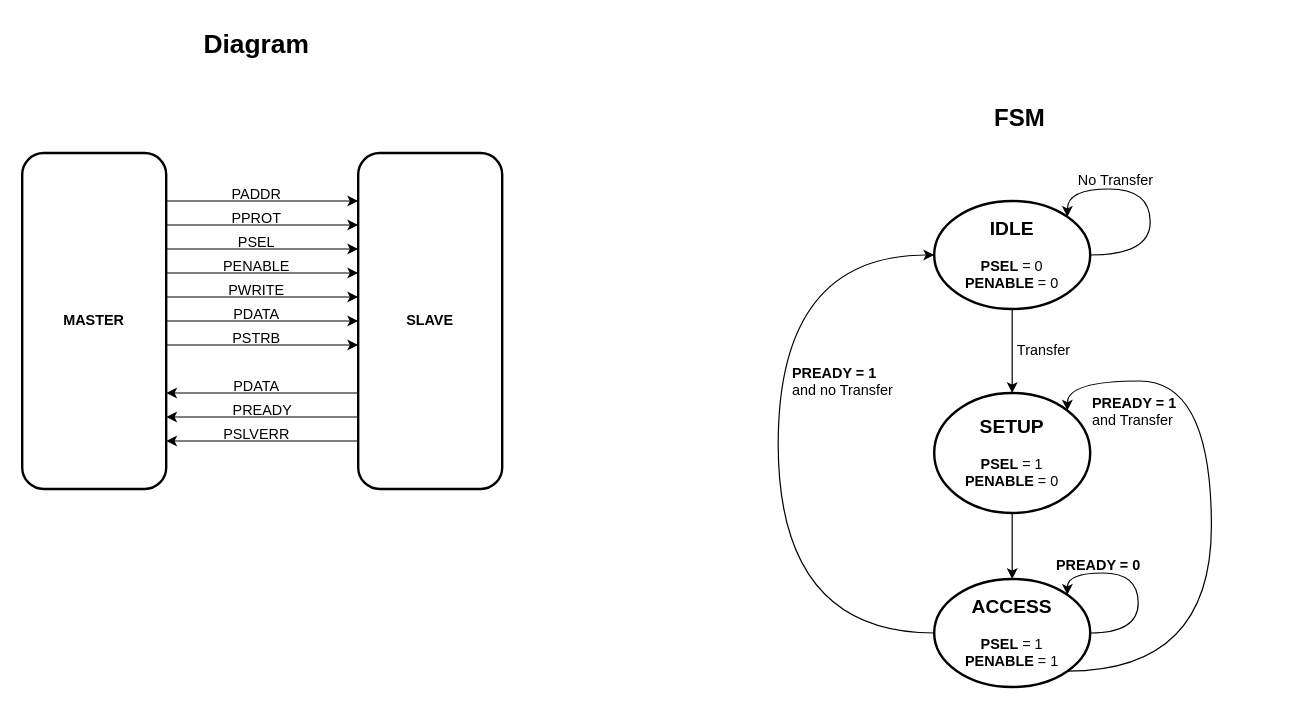
phat-tech123/AMBA_APB4 keeps this draw.io diagram as APB.drawio. Above is the earlier version. Source tidied: cells renumbered, new cells numbered last; positions are measured from the earlier drawing's top-left corner, leaving out a move shared by most shapes. Both pictures are drawn from the tidied source at 120%, with x=0, y=0 at pixel (22, 20).
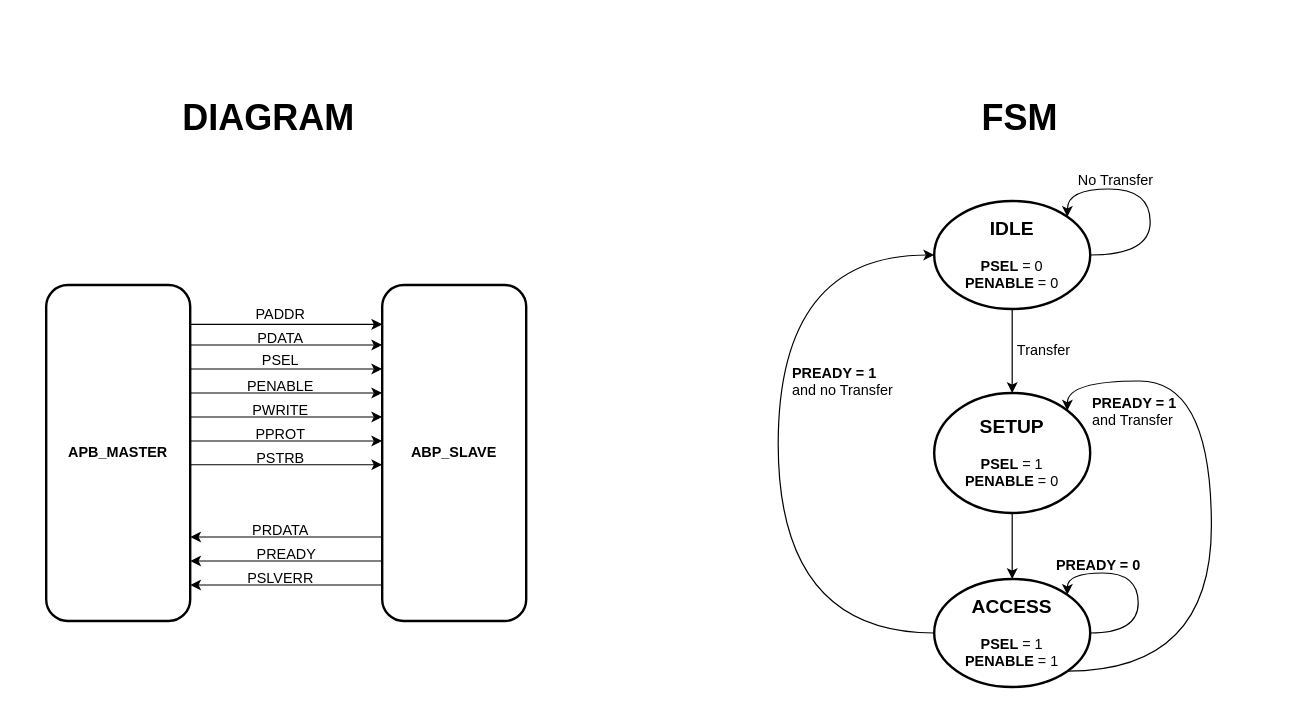
The same page after the edit.

Diff of the diagram source:
```diff
@@
-    <mxCell id="2" value="&lt;font style=&quot;font-size: 22px;&quot;&gt;&lt;b&gt;Diagram&lt;/b&gt;&lt;/font&gt;" style="text;html=1;align=center;verticalAlign=middle;strokeColor=none;fillColor=none;" parent="1" vertex="1">
-      <mxGeometry x="140" width="110" height="40" as="geometry" />
+    <mxCell id="2" value="&lt;font style=&quot;font-size: 30px;&quot;&gt;&lt;b&gt;DIAGRAM&lt;/b&gt;&lt;/font&gt;" style="text;html=1;align=center;verticalAlign=middle;strokeColor=none;fillColor=none;" parent="1" vertex="1">
+      <mxGeometry x="120" y="55" width="170" height="50" as="geometry" />
     </mxCell>
-    <mxCell id="3" value="SLAVE" style="rounded=1;whiteSpace=wrap;html=1;fontStyle=1;strokeWidth=2;" parent="1" vertex="1">
-      <mxGeometry x="280" y="110" width="120" height="280" as="geometry" />
+    <mxCell id="3" value="ABP_SLAVE" style="rounded=1;whiteSpace=wrap;html=1;fontStyle=1;strokeWidth=2;" parent="1" vertex="1">
+      <mxGeometry x="300" y="220" width="120" height="280" as="geometry" />
     </mxCell>
-    <mxCell id="4" value="MASTER" style="rounded=1;whiteSpace=wrap;html=1;fontStyle=1;strokeWidth=2;" parent="1" vertex="1">
-      <mxGeometry y="110" width="120" height="280" as="geometry" />
+    <mxCell id="4" value="APB_MASTER" style="rounded=1;whiteSpace=wrap;html=1;fontStyle=1;strokeWidth=2;" parent="1" vertex="1">
+      <mxGeometry x="20" y="220" width="120" height="280" as="geometry" />
     </mxCell>
     <mxCell id="5" style="endArrow=classic;html=1;rounded=0;" parent="1" edge="1">
       <mxGeometry relative="1" as="geometry">
-        <mxPoint x="120" y="150" as="sourcePoint" />
-        <mxPoint x="280" y="150" as="targetPoint" />
+        <mxPoint x="140" y="270" as="sourcePoint" />
+        <mxPoint x="300" y="270" as="targetPoint" />
       </mxGeometry>
     </mxCell>
     <mxCell id="6" value="PPROT" style="text;html=1;align=center;verticalAlign=middle;strokeColor=none;fillColor=none;" parent="1" vertex="1">
-      <mxGeometry x="165" y="150" width="60" height="30" as="geometry" />
+      <mxGeometry x="185" y="330" width="60" height="30" as="geometry" />
     </mxCell>
     <mxCell id="7" style="endArrow=classic;html=1;rounded=0;" parent="1" edge="1">
       <mxGeometry relative="1" as="geometry">
-        <mxPoint x="120" y="170" as="sourcePoint" />
-        <mxPoint x="280" y="170" as="targetPoint" />
+        <mxPoint x="140" y="350" as="sourcePoint" />
+        <mxPoint x="300" y="350" as="targetPoint" />
       </mxGeometry>
     </mxCell>
     <mxCell id="8" value="PADDR" style="text;html=1;align=center;verticalAlign=middle;strokeColor=none;fillColor=none;" parent="1" vertex="1">
-      <mxGeometry x="160" y="130" width="70" height="30" as="geometry" />
+      <mxGeometry x="180" y="230" width="70" height="30" as="geometry" />
     </mxCell>
     <mxCell id="9" style="endArrow=classic;html=1;rounded=0;" parent="1" edge="1">
       <mxGeometry relative="1" as="geometry">
-        <mxPoint x="120" y="190" as="sourcePoint" />
-        <mxPoint x="280" y="190" as="targetPoint" />
+        <mxPoint x="140" y="310" as="sourcePoint" />
+        <mxPoint x="300" y="310" as="targetPoint" />
       </mxGeometry>
     </mxCell>
     <mxCell id="10" value="PENABLE" style="text;html=1;align=center;verticalAlign=middle;strokeColor=none;fillColor=none;" parent="1" vertex="1">
-      <mxGeometry x="155" y="190" width="80" height="30" as="geometry" />
+      <mxGeometry x="175" y="290" width="80" height="30" as="geometry" />
     </mxCell>
     <mxCell id="11" style="endArrow=classic;html=1;rounded=0;" parent="1" edge="1">
       <mxGeometry relative="1" as="geometry">
-        <mxPoint x="120" y="210" as="sourcePoint" />
-        <mxPoint x="280" y="210" as="targetPoint" />
+        <mxPoint x="140" y="290" as="sourcePoint" />
+        <mxPoint x="300" y="290" as="targetPoint" />
       </mxGeometry>
     </mxCell>
     <mxCell id="12" value="PSEL" style="text;html=1;align=center;verticalAlign=middle;strokeColor=none;fillColor=none;" parent="1" vertex="1">
-      <mxGeometry x="170" y="170" width="50" height="30" as="geometry" />
+      <mxGeometry x="190" y="268" width="50" height="30" as="geometry" />
     </mxCell>
     <mxCell id="13" style="endArrow=classic;html=1;rounded=0;" parent="1" edge="1">
       <mxGeometry relative="1" as="geometry">
-        <mxPoint x="120" y="230" as="sourcePoint" />
-        <mxPoint x="280" y="230" as="targetPoint" />
+        <mxPoint x="140" y="330" as="sourcePoint" />
+        <mxPoint x="300" y="330" as="targetPoint" />
       </mxGeometry>
     </mxCell>
     <mxCell id="14" value="PDATA" style="text;html=1;align=center;verticalAlign=middle;strokeColor=none;fillColor=none;" parent="1" vertex="1">
-      <mxGeometry x="165" y="230" width="60" height="30" as="geometry" />
+      <mxGeometry x="185" y="250" width="60" height="30" as="geometry" />
     </mxCell>
     <mxCell id="15" style="endArrow=classic;html=1;rounded=0;" parent="1" edge="1">
       <mxGeometry relative="1" as="geometry">
-        <mxPoint x="120" y="250" as="sourcePoint" />
-        <mxPoint x="280" y="250" as="targetPoint" />
+        <mxPoint x="140" y="252.8" as="sourcePoint" />
+        <mxPoint x="300" y="252.8" as="targetPoint" />
       </mxGeometry>
     </mxCell>
     <mxCell id="16" value="PWRITE" style="text;html=1;align=center;verticalAlign=middle;strokeColor=none;fillColor=none;" parent="1" vertex="1">
-      <mxGeometry x="160" y="210" width="70" height="30" as="geometry" />
+      <mxGeometry x="180" y="310" width="70" height="30" as="geometry" />
     </mxCell>
     <mxCell id="17" style="endArrow=classic;html=1;rounded=0;" parent="1" edge="1">
       <mxGeometry relative="1" as="geometry">
-        <mxPoint x="120" y="270" as="sourcePoint" />
-        <mxPoint x="280" y="270" as="targetPoint" />
+        <mxPoint x="140" y="369.8" as="sourcePoint" />
+        <mxPoint x="300" y="369.8" as="targetPoint" />
       </mxGeometry>
     </mxCell>
     <mxCell id="18" value="PSTRB" style="text;html=1;align=center;verticalAlign=middle;strokeColor=none;fillColor=none;" parent="1" vertex="1">
-      <mxGeometry x="165" y="250" width="60" height="30" as="geometry" />
+      <mxGeometry x="185" y="350" width="60" height="30" as="geometry" />
     </mxCell>
     <mxCell id="19" style="endArrow=classic;html=1;rounded=0;" parent="1" edge="1">
       <mxGeometry relative="1" as="geometry">
-        <mxPoint x="280" y="310" as="sourcePoint" />
-        <mxPoint x="120" y="310" as="targetPoint" />
+        <mxPoint x="300" y="430" as="sourcePoint" />
+        <mxPoint x="140" y="430" as="targetPoint" />
       </mxGeometry>
     </mxCell>
     <mxCell id="20" style="endArrow=classic;html=1;rounded=0;" parent="1" edge="1">
       <mxGeometry relative="1" as="geometry">
-        <mxPoint x="280" y="330" as="sourcePoint" />
-        <mxPoint x="120" y="330" as="targetPoint" />
+        <mxPoint x="300" y="450" as="sourcePoint" />
+        <mxPoint x="140" y="450" as="targetPoint" />
       </mxGeometry>
     </mxCell>
     <mxCell id="21" style="endArrow=classic;html=1;rounded=0;" parent="1" edge="1">
       <mxGeometry relative="1" as="geometry">
-        <mxPoint x="280" y="350" as="sourcePoint" />
-        <mxPoint x="120" y="350" as="targetPoint" />
+        <mxPoint x="300" y="470" as="sourcePoint" />
+        <mxPoint x="140" y="470" as="targetPoint" />
       </mxGeometry>
     </mxCell>
-    <mxCell id="22" value="PDATA" style="text;html=1;align=center;verticalAlign=middle;strokeColor=none;fillColor=none;" parent="1" vertex="1">
-      <mxGeometry x="165" y="290" width="60" height="30" as="geometry" />
+    <mxCell id="22" value="PRDATA" style="text;html=1;align=center;verticalAlign=middle;strokeColor=none;fillColor=none;" parent="1" vertex="1">
+      <mxGeometry x="180" y="410" width="70" height="30" as="geometry" />
     </mxCell>
     <mxCell id="23" value="PREADY" style="text;html=1;align=center;verticalAlign=middle;strokeColor=none;fillColor=none;" parent="1" vertex="1">
-      <mxGeometry x="165" y="310" width="70" height="30" as="geometry" />
+      <mxGeometry x="185" y="430" width="70" height="30" as="geometry" />
     </mxCell>
     <mxCell id="24" value="PSLVERR" style="text;html=1;align=center;verticalAlign=middle;strokeColor=none;fillColor=none;" parent="1" vertex="1">
-      <mxGeometry x="155" y="330" width="80" height="30" as="geometry" />
+      <mxGeometry x="175" y="450" width="80" height="30" as="geometry" />
     </mxCell>
-    <mxCell id="25" value="&lt;font style=&quot;font-size: 20px;&quot;&gt;&lt;b&gt;FSM&lt;/b&gt;&lt;/font&gt;" style="text;html=1;align=center;verticalAlign=middle;strokeColor=none;fillColor=none;" parent="1" vertex="1">
-      <mxGeometry x="796" y="60" width="70" height="40" as="geometry" />
+    <mxCell id="25" value="&lt;font style=&quot;font-size: 30px;&quot;&gt;&lt;b&gt;FSM&lt;/b&gt;&lt;/font&gt;" style="text;html=1;align=center;verticalAlign=middle;strokeColor=none;fillColor=none;" parent="1" vertex="1">
+      <mxGeometry x="786" y="55" width="90" height="50" as="geometry" />
     </mxCell>
```
